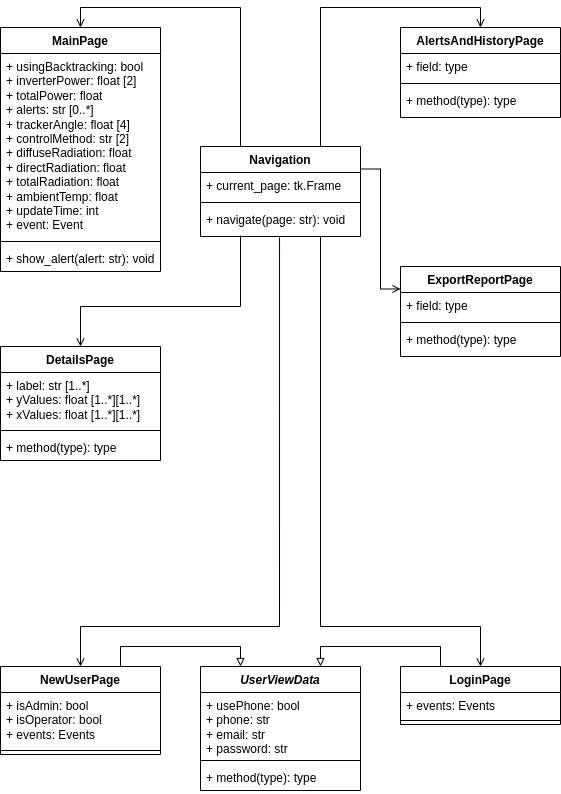
Before: diagrama de classes - view.drawio.png, a diagram exported from draw.io (jaedson-barbosa/supervisorio-solar-ufpb-docs). Source tidied: cells renumbered, new cells last; positions are measured from the earlier drawing's top-left corner, leaving out a move shared by most shapes.
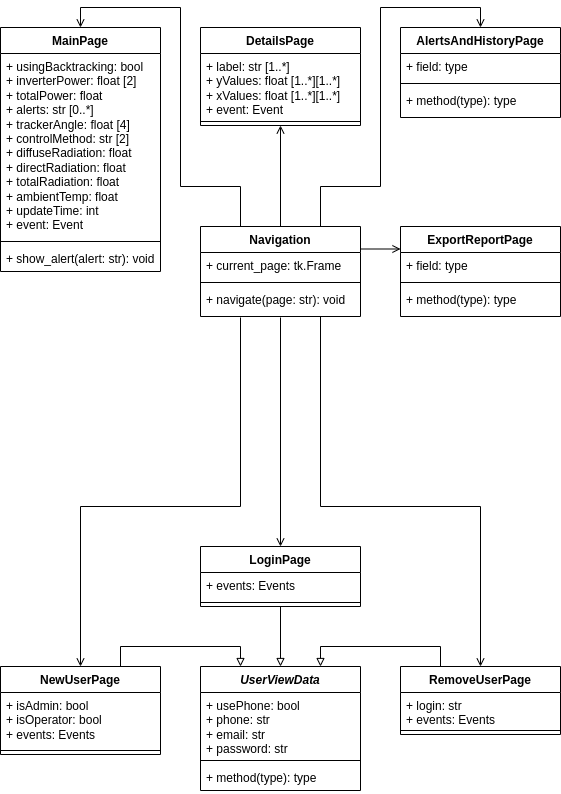
The same diagram one commit later.

Diff of the diagram source:
```diff
@@ -3,16 +3,33 @@
     <mxCell id="0" />
     <mxCell id="1" parent="0" />
     <mxCell id="2" style="edgeStyle=orthogonalEdgeStyle;rounded=0;jettySize=auto;html=1;exitX=0.25;exitY=0;exitDx=0;exitDy=0;entryX=0.5;entryY=0;entryDx=0;entryDy=0;endArrow=open;endFill=0;" parent="1" edge="1" source="5" target="23">
-      <mxGeometry relative="1" as="geometry" />
+      <mxGeometry relative="1" as="geometry">
+        <Array as="points">
+          <mxPoint x="240" y="159" />
+          <mxPoint x="180" y="159" />
+          <mxPoint x="180" y="-20" />
+          <mxPoint x="80" y="-20" />
+        </Array>
+      </mxGeometry>
     </mxCell>
     <mxCell id="3" style="edgeStyle=orthogonalEdgeStyle;rounded=0;jettySize=auto;html=1;exitX=0.75;exitY=0;exitDx=0;exitDy=0;entryX=0.5;entryY=0;entryDx=0;entryDy=0;endArrow=open;endFill=0;" parent="1" edge="1" source="5" target="19">
-      <mxGeometry relative="1" as="geometry" />
+      <mxGeometry relative="1" as="geometry">
+        <Array as="points">
+          <mxPoint x="320" y="159" />
+          <mxPoint x="380" y="159" />
+          <mxPoint x="380" y="-20" />
+          <mxPoint x="480" y="-20" />
+        </Array>
+      </mxGeometry>
     </mxCell>
     <mxCell id="4" style="edgeStyle=orthogonalEdgeStyle;rounded=0;jettySize=auto;html=1;exitX=1;exitY=0.25;exitDx=0;exitDy=0;entryX=0;entryY=0.25;entryDx=0;entryDy=0;endArrow=open;endFill=0;" parent="1" edge="1" source="5" target="36">
       <mxGeometry relative="1" as="geometry" />
     </mxCell>
+    <mxCell id="40" style="edgeStyle=orthogonalEdgeStyle;rounded=0;jettySize=auto;html=1;exitX=0.5;exitY=0;exitDx=0;exitDy=0;entryX=0.5;entryY=1;entryDx=0;entryDy=0;endArrow=open;endFill=0;" parent="1" edge="1" source="5" target="28">
+      <mxGeometry relative="1" as="geometry" />
+    </mxCell>
     <mxCell id="5" value="Navigation" style="swimlane;fontStyle=1;align=center;verticalAlign=top;horizontal=1;startSize=26;whiteSpace=wrap;html=1;" parent="1" vertex="1">
-      <mxGeometry x="200" y="119" width="160" height="90" as="geometry" />
+      <mxGeometry x="200" y="199" width="160" height="90" as="geometry" />
     </mxCell>
     <mxCell id="6" value="+ current_page: tk.Frame" style="text;strokeColor=none;fillColor=none;align=left;verticalAlign=top;spacingLeft=4;spacingRight=4;overflow=hidden;whiteSpace=wrap;html=1;" parent="5" vertex="1">
       <mxGeometry y="26" width="160" height="26" as="geometry" />
@@ -29,28 +46,28 @@
     <mxCell id="10" style="edgeStyle=orthogonalEdgeStyle;rounded=0;jettySize=auto;html=1;exitX=0.5;exitY=0;exitDx=0;exitDy=0;entryX=0.75;entryY=1;entryDx=0;entryDy=0;entryPerimeter=0;endArrow=none;endFill=0;startArrow=open;startFill=0;" parent="1" edge="1" source="11" target="8">
       <mxGeometry relative="1" as="geometry">
         <Array as="points">
-          <mxPoint x="480" y="599" />
-          <mxPoint x="320" y="599" />
+          <mxPoint x="480" y="479" />
+          <mxPoint x="320" y="479" />
         </Array>
       </mxGeometry>
     </mxCell>
-    <mxCell id="11" value="LoginPage" style="swimlane;fontStyle=1;align=center;verticalAlign=top;horizontal=1;startSize=26;whiteSpace=wrap;html=1;" parent="1" vertex="1">
-      <mxGeometry x="400" y="639" width="160" height="58" as="geometry" />
+    <mxCell id="11" value="RemoveUserPage" style="swimlane;fontStyle=1;align=center;verticalAlign=top;horizontal=1;startSize=26;whiteSpace=wrap;html=1;" parent="1" vertex="1">
+      <mxGeometry x="400" y="639" width="160" height="68" as="geometry" />
     </mxCell>
-    <mxCell id="12" value="+ events: Events" style="text;strokeColor=none;fillColor=none;align=left;verticalAlign=top;spacingLeft=4;spacingRight=4;overflow=hidden;whiteSpace=wrap;html=1;" parent="11" vertex="1">
-      <mxGeometry y="26" width="160" height="24" as="geometry" />
+    <mxCell id="12" value="+ login: str&lt;br&gt;+ events: Events" style="text;strokeColor=none;fillColor=none;align=left;verticalAlign=top;spacingLeft=4;spacingRight=4;overflow=hidden;whiteSpace=wrap;html=1;" parent="11" vertex="1">
+      <mxGeometry y="26" width="160" height="34" as="geometry" />
     </mxCell>
     <mxCell id="13" style="line;strokeWidth=1;fillColor=none;align=left;verticalAlign=middle;spacingTop=-1;spacingLeft=3;spacingRight=3;labelPosition=right;strokeColor=inherit;" parent="11" vertex="1">
-      <mxGeometry y="50" width="160" height="8" as="geometry" />
+      <mxGeometry y="60" width="160" height="8" as="geometry" />
     </mxCell>
     <mxCell id="14" style="edgeStyle=orthogonalEdgeStyle;rounded=0;jettySize=auto;html=1;exitX=0.75;exitY=0;exitDx=0;exitDy=0;entryX=0.25;entryY=0;entryDx=0;entryDy=0;endArrow=block;endFill=0;" parent="1" edge="1" source="16" target="32">
       <mxGeometry relative="1" as="geometry" />
     </mxCell>
-    <mxCell id="15" style="edgeStyle=orthogonalEdgeStyle;rounded=0;jettySize=auto;html=1;exitX=0.5;exitY=0;exitDx=0;exitDy=0;entryX=0.494;entryY=1.033;entryDx=0;entryDy=0;entryPerimeter=0;endArrow=none;endFill=0;startArrow=open;startFill=0;" parent="1" edge="1" source="16" target="8">
+    <mxCell id="15" style="edgeStyle=orthogonalEdgeStyle;rounded=0;jettySize=auto;html=1;exitX=0.5;exitY=0;exitDx=0;exitDy=0;entryX=0.25;entryY=1.033;entryDx=0;entryDy=0;entryPerimeter=0;endArrow=none;endFill=0;startArrow=open;startFill=0;" parent="1" edge="1" source="16" target="8">
       <mxGeometry relative="1" as="geometry">
         <Array as="points">
-          <mxPoint x="80" y="599" />
-          <mxPoint x="279" y="599" />
+          <mxPoint x="80" y="479" />
+          <mxPoint x="240" y="479" />
         </Array>
       </mxGeometry>
     </mxCell>
@@ -87,26 +104,15 @@
     <mxCell id="26" value="+ show_alert(alert: str): void" style="text;strokeColor=none;fillColor=none;align=left;verticalAlign=top;spacingLeft=4;spacingRight=4;overflow=hidden;whiteSpace=wrap;html=1;" parent="23" vertex="1">
       <mxGeometry y="218" width="160" height="26" as="geometry" />
     </mxCell>
-    <mxCell id="27" style="edgeStyle=orthogonalEdgeStyle;rounded=0;jettySize=auto;html=1;exitX=0.5;exitY=0;exitDx=0;exitDy=0;entryX=0.25;entryY=0.967;entryDx=0;entryDy=0;entryPerimeter=0;endArrow=none;endFill=0;startArrow=open;startFill=0;" parent="1" edge="1" source="28" target="8">
-      <mxGeometry relative="1" as="geometry">
-        <Array as="points">
-          <mxPoint x="80" y="279" />
-          <mxPoint x="240" y="279" />
-        </Array>
-      </mxGeometry>
-    </mxCell>
     <mxCell id="28" value="DetailsPage" style="swimlane;fontStyle=1;align=center;verticalAlign=top;horizontal=1;startSize=26;whiteSpace=wrap;html=1;" parent="1" vertex="1">
-      <mxGeometry y="319" width="160" height="114" as="geometry" />
+      <mxGeometry x="200" width="160" height="98" as="geometry" />
     </mxCell>
-    <mxCell id="29" value="+ label: str [1..*]&lt;br&gt;+ yValues: float [1..*][1..*]&lt;br&gt;+ xValues: float [1..*][1..*]" style="text;strokeColor=none;fillColor=none;align=left;verticalAlign=top;spacingLeft=4;spacingRight=4;overflow=hidden;whiteSpace=wrap;html=1;" parent="28" vertex="1">
-      <mxGeometry y="26" width="160" height="54" as="geometry" />
+    <mxCell id="29" value="+ label: str [1..*]&lt;br&gt;+ yValues: float [1..*][1..*]&lt;br&gt;+ xValues: float [1..*][1..*]&lt;br&gt;+ event: Event" style="text;strokeColor=none;fillColor=none;align=left;verticalAlign=top;spacingLeft=4;spacingRight=4;overflow=hidden;whiteSpace=wrap;html=1;" parent="28" vertex="1">
+      <mxGeometry y="26" width="160" height="64" as="geometry" />
     </mxCell>
     <mxCell id="30" style="line;strokeWidth=1;fillColor=none;align=left;verticalAlign=middle;spacingTop=-1;spacingLeft=3;spacingRight=3;labelPosition=right;strokeColor=inherit;" parent="28" vertex="1">
-      <mxGeometry y="80" width="160" height="8" as="geometry" />
+      <mxGeometry y="90" width="160" height="8" as="geometry" />
     </mxCell>
-    <mxCell id="31" value="+ method(type): type" style="text;strokeColor=none;fillColor=none;align=left;verticalAlign=top;spacingLeft=4;spacingRight=4;overflow=hidden;whiteSpace=wrap;html=1;" parent="28" vertex="1">
-      <mxGeometry y="88" width="160" height="26" as="geometry" />
-    </mxCell>
     <mxCell id="32" value="&lt;i&gt;UserViewData&lt;/i&gt;" style="swimlane;fontStyle=1;align=center;verticalAlign=top;horizontal=1;startSize=26;whiteSpace=wrap;html=1;" parent="1" vertex="1">
       <mxGeometry x="200" y="639" width="160" height="124" as="geometry" />
     </mxCell>
@@ -120,7 +126,7 @@
       <mxGeometry y="98" width="160" height="26" as="geometry" />
     </mxCell>
     <mxCell id="36" value="ExportReportPage" style="swimlane;fontStyle=1;align=center;verticalAlign=top;horizontal=1;startSize=26;whiteSpace=wrap;html=1;" parent="1" vertex="1">
-      <mxGeometry x="400" y="239" width="160" height="90" as="geometry" />
+      <mxGeometry x="400" y="199" width="160" height="90" as="geometry" />
     </mxCell>
     <mxCell id="37" value="+ field: type" style="text;strokeColor=none;fillColor=none;align=left;verticalAlign=top;spacingLeft=4;spacingRight=4;overflow=hidden;whiteSpace=wrap;html=1;" parent="36" vertex="1">
       <mxGeometry y="26" width="160" height="26" as="geometry" />
@@ -131,5 +137,20 @@
     <mxCell id="39" value="+ method(type): type" style="text;strokeColor=none;fillColor=none;align=left;verticalAlign=top;spacingLeft=4;spacingRight=4;overflow=hidden;whiteSpace=wrap;html=1;" parent="36" vertex="1">
       <mxGeometry y="60" width="160" height="30" as="geometry" />
     </mxCell>
+    <mxCell id="41" style="edgeStyle=orthogonalEdgeStyle;rounded=0;jettySize=auto;html=1;exitX=0.5;exitY=1;exitDx=0;exitDy=0;entryX=0.5;entryY=0;entryDx=0;entryDy=0;endArrow=block;endFill=0;" parent="1" edge="1" source="43" target="32">
+      <mxGeometry relative="1" as="geometry" />
+    </mxCell>
+    <mxCell id="42" style="edgeStyle=orthogonalEdgeStyle;rounded=0;jettySize=auto;html=1;exitX=0.5;exitY=0;exitDx=0;exitDy=0;entryX=0.5;entryY=1.033;entryDx=0;entryDy=0;entryPerimeter=0;endArrow=none;endFill=0;startArrow=open;startFill=0;" parent="1" edge="1" source="43" target="8">
+      <mxGeometry relative="1" as="geometry" />
+    </mxCell>
+    <mxCell id="43" value="LoginPage" style="swimlane;fontStyle=1;align=center;verticalAlign=top;horizontal=1;startSize=26;whiteSpace=wrap;html=1;" parent="1" vertex="1">
+      <mxGeometry x="200" y="519" width="160" height="60" as="geometry" />
+    </mxCell>
+    <mxCell id="44" value="+ events: Events" style="text;strokeColor=none;fillColor=none;align=left;verticalAlign=top;spacingLeft=4;spacingRight=4;overflow=hidden;whiteSpace=wrap;html=1;" parent="43" vertex="1">
+      <mxGeometry y="26" width="160" height="26" as="geometry" />
+    </mxCell>
+    <mxCell id="45" style="line;strokeWidth=1;fillColor=none;align=left;verticalAlign=middle;spacingTop=-1;spacingLeft=3;spacingRight=3;labelPosition=right;strokeColor=inherit;" parent="43" vertex="1">
+      <mxGeometry y="52" width="160" height="8" as="geometry" />
+    </mxCell>
   </root>
 </mxGraphModel>
```
